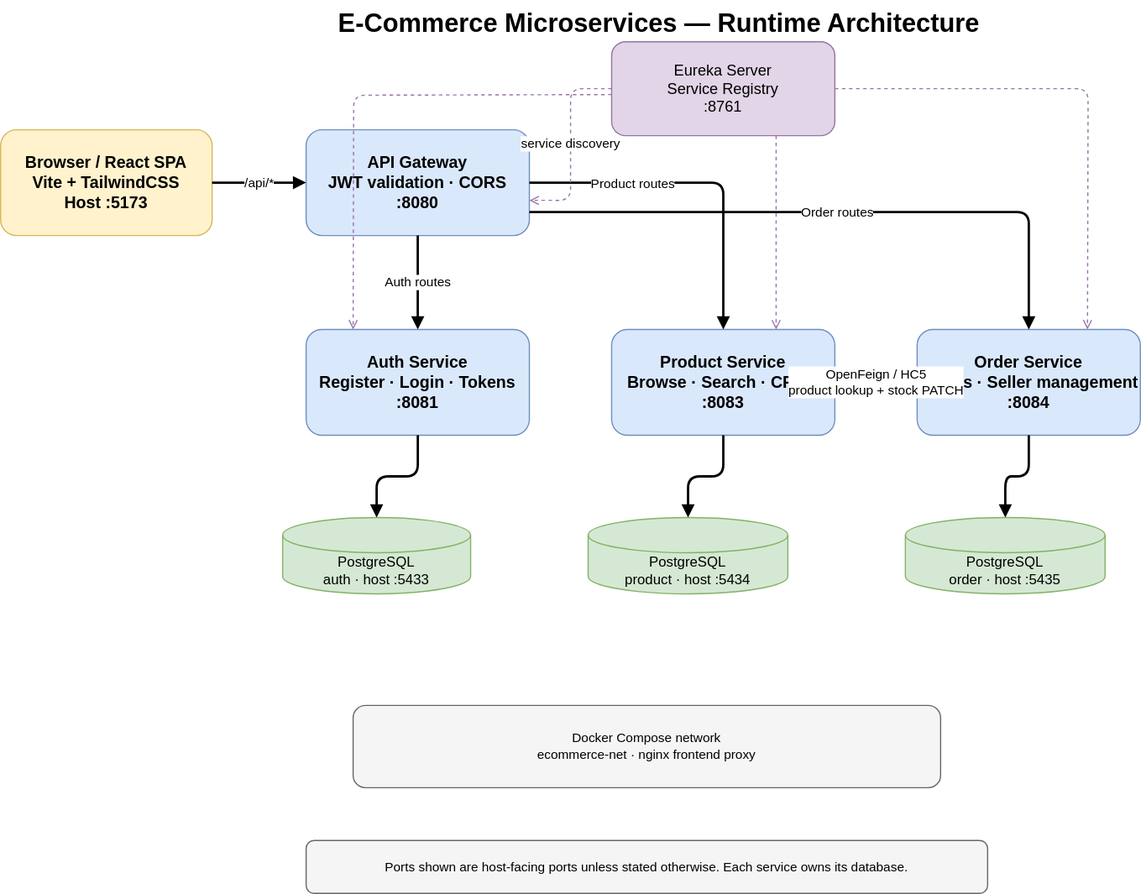
KhaldounDamach2/kh-ecommerce-microservices keeps this draw.io diagram as docs/diagrams/architecture.drawio.svg. Above is the earlier version. Source tidied: cells renumbered, new cells last; positions are measured from the earlier drawing's top-left corner, leaving out a move shared by most shapes.
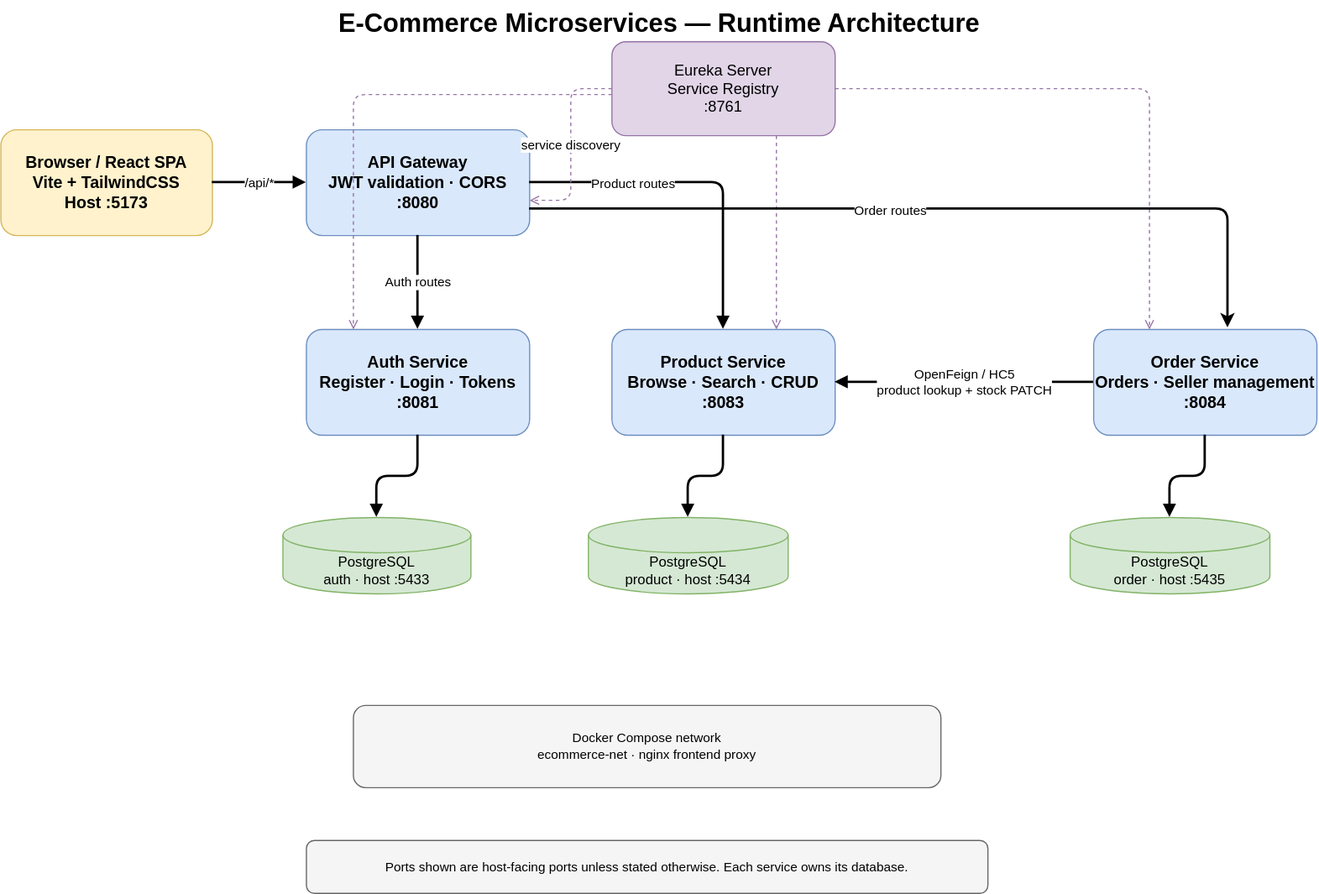
The same file after the commit.

Commit message:
docs: add draw.io architecture and flow diagrams

- Runtime architecture (services, DBs, Eureka, routing)
- Security & authentication flow (JWT validation path)
- Order placement & Feign service-to-service calls
- CI/CD pipeline (GitHub Actions + VM polling deploy)

Exported as .drawio.svg with static light-mode colors so they render
correctly on GitHub regardless of light/dark theme.

Change to the diagram source:
```diff
@@ -21,7 +21,7 @@
       <mxGeometry x="520" y="280" width="190" height="90" as="geometry" />
     </mxCell>
     <mxCell id="8" value="Order Service&lt;br&gt;Orders · Seller management&lt;br&gt;:8084" style="rounded=1;whiteSpace=wrap;html=1;fillColor=#dae8fc;strokeColor=#6c8ebf;fontSize=14;fontStyle=1;" parent="1" vertex="1">
-      <mxGeometry x="780" y="280" width="190" height="90" as="geometry" />
+      <mxGeometry x="930" y="280" width="190" height="90" as="geometry" />
     </mxCell>
     <mxCell id="9" value="PostgreSQL&lt;br&gt;auth · host :5433" style="shape=cylinder3;whiteSpace=wrap;html=1;boundedLbl=1;backgroundOutline=1;size=15;fillColor=#d5e8d4;strokeColor=#82b366;fontSize=12;" parent="1" vertex="1">
       <mxGeometry x="240" y="440" width="160" height="65" as="geometry" />
@@ -30,7 +30,7 @@
       <mxGeometry x="500" y="440" width="170" height="65" as="geometry" />
     </mxCell>
     <mxCell id="11" value="PostgreSQL&lt;br&gt;order · host :5435" style="shape=cylinder3;whiteSpace=wrap;html=1;boundedLbl=1;backgroundOutline=1;size=15;fillColor=#d5e8d4;strokeColor=#82b366;fontSize=12;" parent="1" vertex="1">
-      <mxGeometry x="770" y="440" width="170" height="65" as="geometry" />
+      <mxGeometry x="910" y="440" width="170" height="65" as="geometry" />
     </mxCell>
     <mxCell id="12" value="Docker Compose network&lt;br&gt;ecommerce-net · nginx frontend proxy" style="rounded=1;whiteSpace=wrap;html=1;fillColor=#f5f5f5;strokeColor=#666666;fontSize=11;" parent="1" vertex="1">
       <mxGeometry x="300" y="600" width="500" height="70" as="geometry" />
@@ -53,13 +53,6 @@
     <mxCell id="18" value="Product routes" style="edgeLabel;html=1;align=center;verticalAlign=middle;" parent="16" vertex="1">
       <mxGeometry x="-0.4" relative="1" as="geometry" />
     </mxCell>
-    <mxCell id="19" value="Order routes" style="edgeStyle=orthogonalEdgeStyle;rounded=1;jettySize=auto;html=1;endArrow=block;endFill=1;strokeWidth=2;" parent="1" edge="1" source="4" target="8">
-      <mxGeometry relative="1" as="geometry">
-        <Array as="points">
-          <mxPoint x="875" y="180" />
-        </Array>
-      </mxGeometry>
-    </mxCell>
     <mxCell id="20" style="edgeStyle=orthogonalEdgeStyle;rounded=1;jettySize=auto;html=1;endArrow=block;endFill=1;strokeWidth=2;" parent="1" edge="1" source="6" target="9">
       <mxGeometry relative="1" as="geometry" />
     </mxCell>
@@ -89,10 +82,14 @@
         </Array>
       </mxGeometry>
     </mxCell>
-    <mxCell id="27" style="edgeStyle=orthogonalEdgeStyle;rounded=1;html=1;dashed=1;endArrow=open;strokeColor=#9673a6;exitX=1;exitY=0.5;exitDx=0;exitDy=0;" parent="1" edge="1" source="5">
-      <mxGeometry relative="1" as="geometry">
-        <mxPoint x="925" y="280" as="targetPoint" />
-      </mxGeometry>
+    <mxCell id="27" style="edgeStyle=orthogonalEdgeStyle;rounded=1;html=1;dashed=1;endArrow=open;strokeColor=#9673a6;exitX=1;exitY=0.5;exitDx=0;exitDy=0;entryX=0.25;entryY=0;entryDx=0;entryDy=0;" parent="1" edge="1" source="5" target="8">
+      <mxGeometry x="-0.11" relative="1" as="geometry" />
     </mxCell>
+    <mxCell id="28" style="edgeStyle=orthogonalEdgeStyle;jettySize=auto;html=1;entryX=0.602;entryY=-0.015;entryDx=0;entryDy=0;entryPerimeter=0;elbow=vertical;exitX=1;exitY=0.75;exitDx=0;exitDy=0;strokeWidth=2;" parent="1" edge="1" source="4" target="8">
+      <mxGeometry relative="1" as="geometry" />
+    </mxCell>
+    <mxCell id="19" value="Order routes" style="edgeLabel;html=1;align=center;verticalAlign=middle;" parent="28" vertex="1">
+      <mxGeometry x="-0.12" y="-1" relative="1" as="geometry" />
+    </mxCell>
   </root>
 </mxGraphModel>
```
